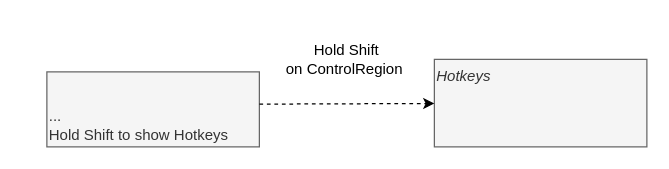
Before: docs/diagrams/InfoBoard_Functionality.drawio in underwatergrasshopper/poe_exp_after_dot, a draw.io diagram. Source tidied: cells renumbered, new cells numbered last; positions are measured from the earlier drawing's top-left corner, leaving out a move shared by most shapes. Both pictures are drawn from the tidied source at 125%, with x=0, y=0 at pixel (46, 21).
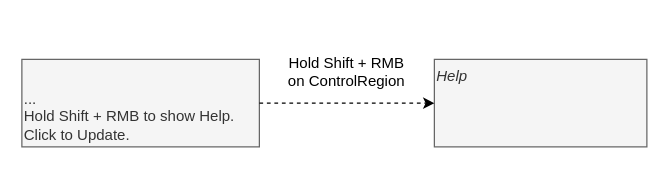
The same diagram, later.

Change to the diagram source:
```diff
@@
 <mxGraphModel>
   <root>
     <mxCell id="0" />
     <mxCell id="1" parent="0" />
-    <mxCell id="2" value="...&lt;br&gt;Hold Shift to show Hotkeys" style="rounded=0;whiteSpace=wrap;html=1;fontFamily=Inconsolata;align=left;verticalAlign=bottom;fillColor=#f5f5f5;fontColor=#333333;strokeColor=#666666;" parent="1" vertex="1">
-      <mxGeometry y="40" width="170" height="60" as="geometry" />
+    <mxCell id="2" value="...&lt;br&gt;Hold Shift + RMB to show Help.&lt;br&gt;Click to Update." style="rounded=0;whiteSpace=wrap;html=1;fontFamily=Inconsolata;align=left;verticalAlign=bottom;fillColor=#f5f5f5;fontColor=#333333;strokeColor=#666666;" parent="1" vertex="1">
+      <mxGeometry x="-20" y="30" width="190" height="70" as="geometry" />
     </mxCell>
-    <mxCell id="3" value="&lt;i&gt;Hotkeys&lt;/i&gt;" style="rounded=0;whiteSpace=wrap;html=1;fontFamily=Inconsolata;align=left;verticalAlign=top;fillColor=#f5f5f5;fontColor=#333333;strokeColor=#666666;" parent="1" vertex="1">
+    <mxCell id="3" value="&lt;i&gt;Help&lt;/i&gt;" style="rounded=0;whiteSpace=wrap;html=1;fontFamily=Inconsolata;align=left;verticalAlign=top;fillColor=#f5f5f5;fontColor=#333333;strokeColor=#666666;" parent="1" vertex="1">
       <mxGeometry x="310" y="30" width="170" height="70" as="geometry" />
     </mxCell>
-    <mxCell id="4" style="endArrow=classic;html=1;rounded=0;dashed=1;exitX=1;exitY=0.43;exitDx=0;exitDy=0;fontFamily=Inconsolata;exitPerimeter=0;" parent="1" edge="1" source="2" target="3">
+    <mxCell id="4" style="endArrow=classic;html=1;rounded=0;dashed=1;exitX=1;exitY=0.5;exitDx=0;exitDy=0;fontFamily=Inconsolata;" parent="1" edge="1" source="2" target="3">
       <mxGeometry relative="1" as="geometry" />
     </mxCell>
-    <mxCell id="5" value="Hold Shift&lt;br&gt;on ControlRegion&amp;nbsp;" style="text;html=1;strokeColor=none;fillColor=none;align=center;verticalAlign=middle;whiteSpace=wrap;rounded=0;fontFamily=Inconsolata;" parent="1" vertex="1">
-      <mxGeometry x="190" width="100" height="60" as="geometry" />
+    <mxCell id="5" value="Hold Shift + RMB&lt;br&gt;on ControlRegion" style="text;html=1;strokeColor=none;fillColor=none;align=center;verticalAlign=middle;whiteSpace=wrap;rounded=0;fontFamily=Inconsolata;" parent="1" vertex="1">
+      <mxGeometry x="190" y="20" width="100" height="40" as="geometry" />
     </mxCell>
   </root>
 </mxGraphModel>
```
